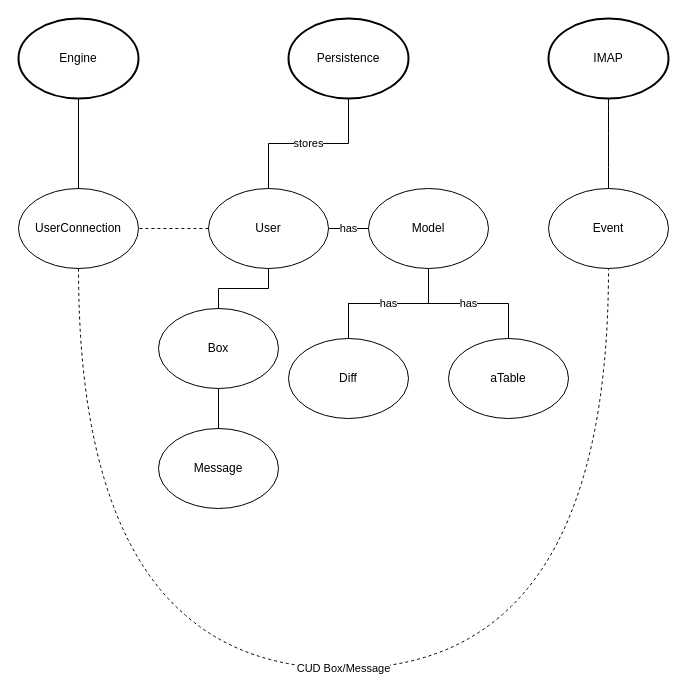
This is Domain Model.drawio from rob-h-w/mailFamiliar, a draw.io file, before an edit. Source tidied: cells renumbered, new cells numbered last; positions are measured from the earlier drawing's top-left corner, leaving out a move shared by most shapes. Both pictures are drawn from the tidied source at 100%, with x=0, y=0 at pixel (18, 18).
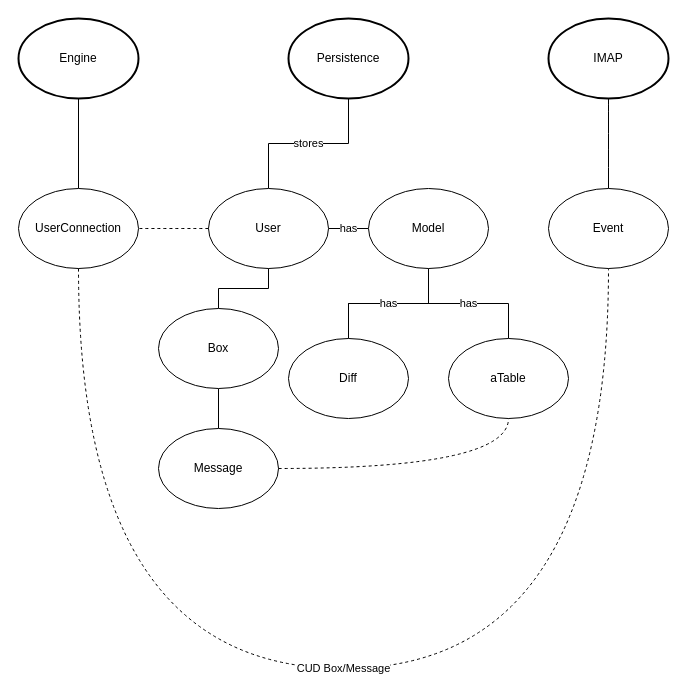
The same page after the edit.

Unchanged cells that the change refers to:
```xml
<mxCell id="8" value="aTable" style="ellipse;whiteSpace=wrap;html=1;" parent="1" vertex="1">
  <mxGeometry x="430" y="320" width="120" height="80" as="geometry" />
</mxCell>
<mxCell id="18" value="Message" style="ellipse;whiteSpace=wrap;html=1;" parent="1" vertex="1">
  <mxGeometry x="140" y="410" width="120" height="80" as="geometry" />
</mxCell>
```

What changed in the source:
```diff
@@
+    <mxCell id="24" style="endArrow=none;dashed=1;html=1;exitX=1;exitY=0.5;exitDx=0;exitDy=0;entryX=0.5;entryY=1;entryDx=0;entryDy=0;edgeStyle=orthogonalEdgeStyle;curved=1;" parent="1" edge="1" source="18" target="8">
+      <mxGeometry relative="1" as="geometry" />
+    </mxCell>
```
